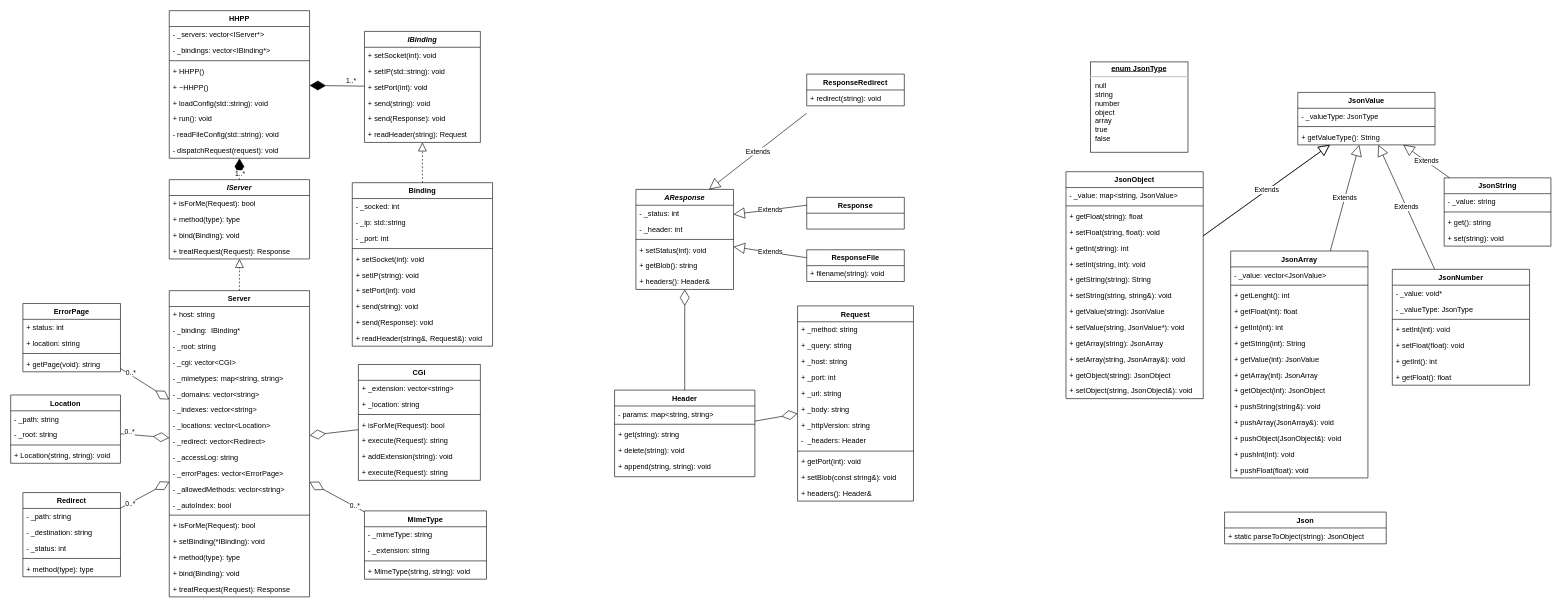
Before: doc/architecture.drawio in danielthalmann/42hhpp, a draw.io diagram. Source tidied: cells renumbered, new cells numbered last; positions are measured from the earlier drawing's top-left corner, leaving out a move shared by most shapes. Both pictures are drawn from the tidied source at 61%, with x=0, y=0 at pixel (10, 10).
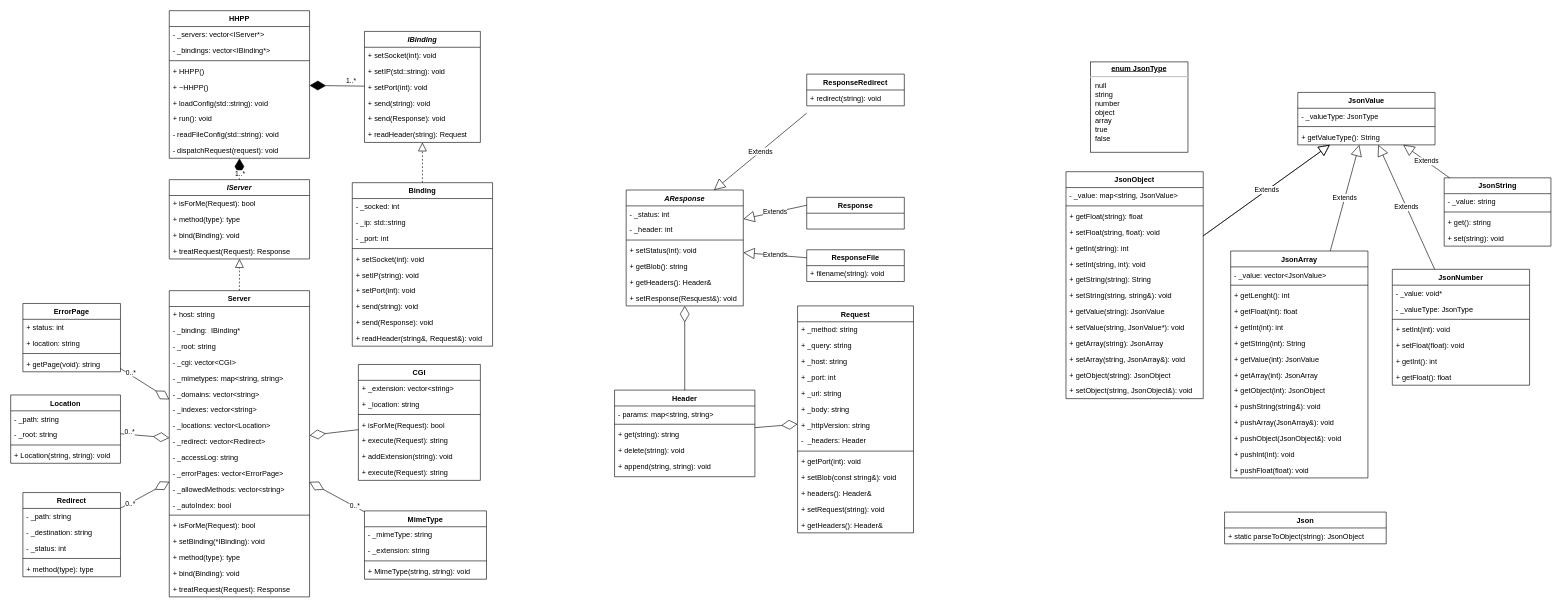
Above is the later version.

What changed in the source:
```diff
@@
     <mxCell id="2" value="Request" style="swimlane;fontStyle=1;align=center;verticalAlign=top;horizontal=1;startSize=26;" parent="1" vertex="1">
-      <mxGeometry x="1290" y="484" width="190" height="320" as="geometry" />
+      <mxGeometry x="1290" y="484" width="190" height="372" as="geometry" />
     </mxCell>
@@
+    <mxCell id="186" value="+ headers(): Header&amp;" style="text;strokeColor=none;fillColor=none;align=left;verticalAlign=top;spacingLeft=4;spacingRight=4;overflow=hidden;" parent="2" vertex="1">
+      <mxGeometry y="294" width="190" height="26" as="geometry" />
+    </mxCell>
+    <mxCell id="187" value="+ setRequest(string): void" style="text;strokeColor=none;fillColor=none;align=left;verticalAlign=top;spacingLeft=4;spacingRight=4;overflow=hidden;" parent="2" vertex="1">
+      <mxGeometry y="320" width="190" height="26" as="geometry" />
+    </mxCell>
-    <mxCell id="14" value="+ headers(): Header&amp;" style="text;strokeColor=none;fillColor=none;align=left;verticalAlign=top;spacingLeft=4;spacingRight=4;overflow=hidden;" parent="2" vertex="1">
-      <mxGeometry y="294" width="190" height="26" as="geometry" />
+    <mxCell id="14" value="+ getHeaders(): Header&amp;" style="text;strokeColor=none;fillColor=none;align=left;verticalAlign=top;spacingLeft=4;spacingRight=4;overflow=hidden;" parent="2" vertex="1">
+      <mxGeometry y="346" width="190" height="26" as="geometry" />
     </mxCell>
@@
     <mxCell id="21" value="AResponse" style="swimlane;fontStyle=3;align=center;verticalAlign=top;horizontal=1;startSize=26;" parent="1" vertex="1">
-      <mxGeometry x="1025" y="293" width="160" height="164" as="geometry" />
+      <mxGeometry x="1009" y="294" width="192" height="190" as="geometry" />
     </mxCell>
     <mxCell id="22" value="- _status: int" style="text;strokeColor=none;fillColor=none;align=left;verticalAlign=top;spacingLeft=4;spacingRight=4;overflow=hidden;" parent="21" vertex="1">
-      <mxGeometry y="26" width="160" height="26" as="geometry" />
+      <mxGeometry y="26" width="192" height="26" as="geometry" />
     </mxCell>
     <mxCell id="23" value="- _header: int" style="text;strokeColor=none;fillColor=none;align=left;verticalAlign=top;spacingLeft=4;spacingRight=4;overflow=hidden;" parent="21" vertex="1">
-      <mxGeometry y="52" width="160" height="26" as="geometry" />
+      <mxGeometry y="52" width="192" height="26" as="geometry" />
     </mxCell>
     <mxCell id="24" style="line;strokeWidth=1;fillColor=none;align=left;verticalAlign=middle;spacingTop=-1;spacingLeft=3;spacingRight=3;labelPosition=right;" parent="21" vertex="1">
-      <mxGeometry y="78" width="160" height="8" as="geometry" />
+      <mxGeometry y="78" width="192" height="8" as="geometry" />
     </mxCell>
     <mxCell id="25" value="+ setStatus(int): void" style="text;strokeColor=none;fillColor=none;align=left;verticalAlign=top;spacingLeft=4;spacingRight=4;overflow=hidden;" parent="21" vertex="1">
-      <mxGeometry y="86" width="160" height="26" as="geometry" />
+      <mxGeometry y="86" width="192" height="26" as="geometry" />
     </mxCell>
     <mxCell id="26" value="+ getBlob(): string" style="text;strokeColor=none;fillColor=none;align=left;verticalAlign=top;spacingLeft=4;spacingRight=4;overflow=hidden;" parent="21" vertex="1">
-      <mxGeometry y="112" width="160" height="26" as="geometry" />
+      <mxGeometry y="112" width="192" height="26" as="geometry" />
     </mxCell>
-    <mxCell id="27" value="+ headers(): Header&amp;" style="text;strokeColor=none;fillColor=none;align=left;verticalAlign=top;spacingLeft=4;spacingRight=4;overflow=hidden;" parent="21" vertex="1">
-      <mxGeometry y="138" width="160" height="26" as="geometry" />
+    <mxCell id="27" value="+ getHeaders(): Header&amp;" style="text;strokeColor=none;fillColor=none;align=left;verticalAlign=top;spacingLeft=4;spacingRight=4;overflow=hidden;" parent="21" vertex="1">
+      <mxGeometry y="138" width="192" height="26" as="geometry" />
     </mxCell>
+    <mxCell id="188" value="+ setResponse(Resquest&amp;): void" style="text;strokeColor=none;fillColor=none;align=left;verticalAlign=top;spacingLeft=4;spacingRight=4;overflow=hidden;" parent="21" vertex="1">
+      <mxGeometry y="164" width="192" height="26" as="geometry" />
+    </mxCell>
```
